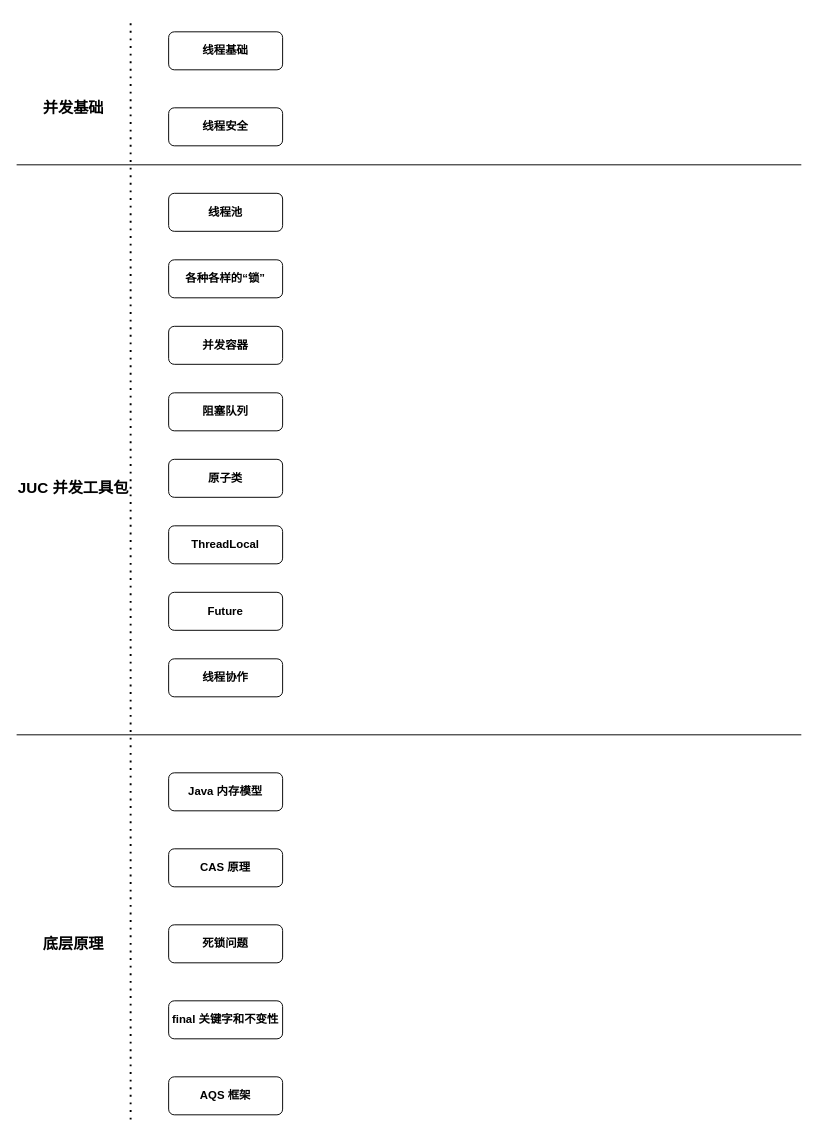
Earlier version of the draw.io diagram java-concurrent-programming/JUC.drawio (zhuyee/draw). Source tidied: cells renumbered, new cells numbered last; positions are measured from the earlier drawing's top-left corner, leaving out a move shared by most shapes. Both pictures are drawn from the tidied source at 95%, with x=0, y=0 at pixel (16, 17).
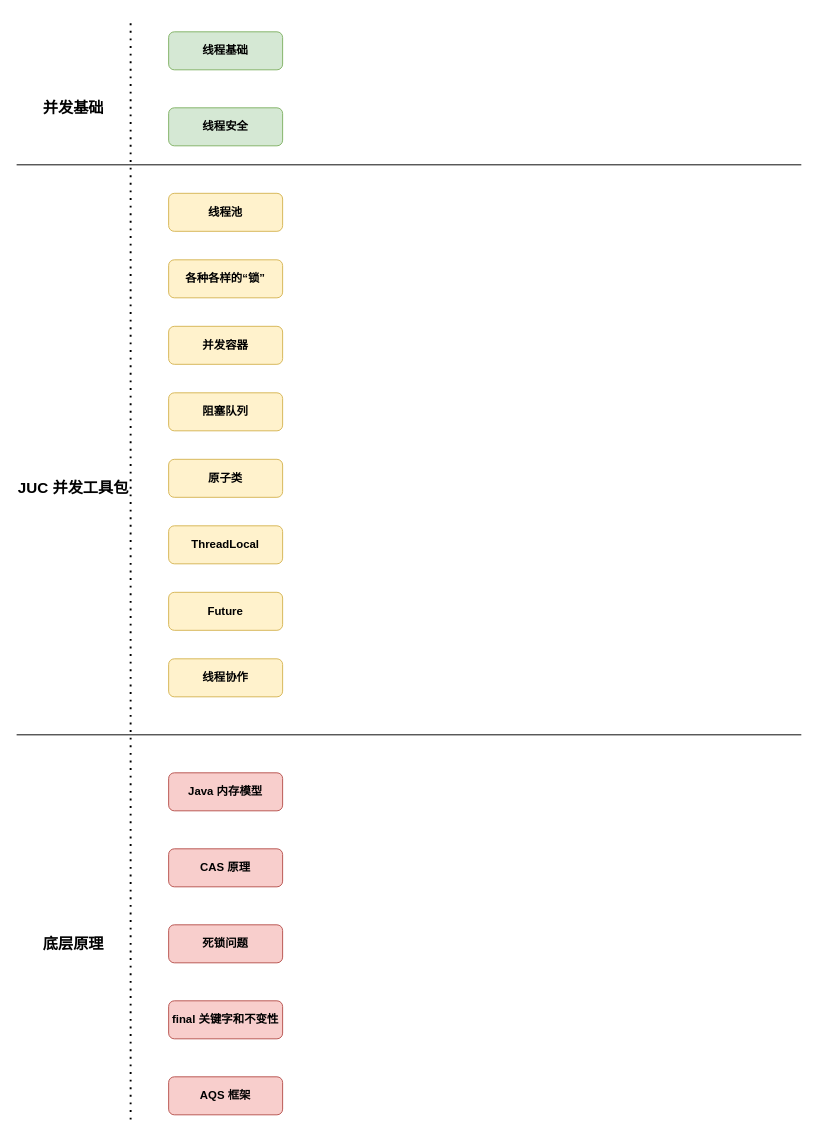
Above is the later version.

Commit message:
新增：知识框架图

Diff of the diagram source:
```diff
@@
-    <mxCell id="8" value="线程基础" style="rounded=1;whiteSpace=wrap;html=1;fontStyle=1;" parent="1" vertex="1">
+    <mxCell id="8" value="线程基础" style="rounded=1;whiteSpace=wrap;html=1;fontStyle=1;fillColor=#d5e8d4;strokeColor=#82b366;" parent="1" vertex="1">
       <mxGeometry x="160" y="15" width="120" height="40" as="geometry" />
     </mxCell>
-    <mxCell id="9" value="线程安全" style="rounded=1;whiteSpace=wrap;html=1;fontStyle=1;" parent="1" vertex="1">
+    <mxCell id="9" value="线程安全" style="rounded=1;whiteSpace=wrap;html=1;fontStyle=1;fillColor=#d5e8d4;strokeColor=#82b366;" parent="1" vertex="1">
       <mxGeometry x="160" y="95" width="120" height="40" as="geometry" />
     </mxCell>
-    <mxCell id="10" value="线程池" style="rounded=1;whiteSpace=wrap;html=1;fontStyle=1;flipV=1;flipH=1;" parent="1" vertex="1">
+    <mxCell id="10" value="线程池" style="rounded=1;whiteSpace=wrap;html=1;fontStyle=1;flipV=1;flipH=1;fillColor=#fff2cc;strokeColor=#d6b656;" parent="1" vertex="1">
       <mxGeometry x="160" y="185" width="120" height="40" as="geometry" />
     </mxCell>
-    <mxCell id="11" value="各种各样的“锁”" style="rounded=1;whiteSpace=wrap;html=1;fontStyle=1;flipV=1;flipH=1;" parent="1" vertex="1">
+    <mxCell id="11" value="各种各样的“锁”" style="rounded=1;whiteSpace=wrap;html=1;fontStyle=1;flipV=1;flipH=1;fillColor=#fff2cc;strokeColor=#d6b656;" parent="1" vertex="1">
       <mxGeometry x="160" y="255" width="120" height="40" as="geometry" />
     </mxCell>
-    <mxCell id="12" value="并发容器" style="rounded=1;whiteSpace=wrap;html=1;fontStyle=1;flipV=1;flipH=1;" parent="1" vertex="1">
+    <mxCell id="12" value="并发容器" style="rounded=1;whiteSpace=wrap;html=1;fontStyle=1;flipV=1;flipH=1;fillColor=#fff2cc;strokeColor=#d6b656;" parent="1" vertex="1">
       <mxGeometry x="160" y="325" width="120" height="40" as="geometry" />
     </mxCell>
-    <mxCell id="13" value="阻塞队列" style="rounded=1;whiteSpace=wrap;html=1;fontStyle=1;flipV=1;flipH=1;" parent="1" vertex="1">
+    <mxCell id="13" value="阻塞队列" style="rounded=1;whiteSpace=wrap;html=1;fontStyle=1;flipV=1;flipH=1;fillColor=#fff2cc;strokeColor=#d6b656;" parent="1" vertex="1">
       <mxGeometry x="160" y="395" width="120" height="40" as="geometry" />
     </mxCell>
-    <mxCell id="14" value="原子类" style="rounded=1;whiteSpace=wrap;html=1;fontStyle=1;flipV=1;flipH=1;" parent="1" vertex="1">
+    <mxCell id="14" value="原子类" style="rounded=1;whiteSpace=wrap;html=1;fontStyle=1;flipV=1;flipH=1;fillColor=#fff2cc;strokeColor=#d6b656;" parent="1" vertex="1">
       <mxGeometry x="160" y="465" width="120" height="40" as="geometry" />
     </mxCell>
-    <mxCell id="15" value="ThreadLocal" style="rounded=1;whiteSpace=wrap;html=1;fontStyle=1;flipV=1;flipH=1;" parent="1" vertex="1">
+    <mxCell id="15" value="ThreadLocal" style="rounded=1;whiteSpace=wrap;html=1;fontStyle=1;flipV=1;flipH=1;fillColor=#fff2cc;strokeColor=#d6b656;" parent="1" vertex="1">
       <mxGeometry x="160" y="535" width="120" height="40" as="geometry" />
     </mxCell>
-    <mxCell id="16" value="Future" style="rounded=1;whiteSpace=wrap;html=1;fontStyle=1;flipV=1;flipH=1;" parent="1" vertex="1">
+    <mxCell id="16" value="Future" style="rounded=1;whiteSpace=wrap;html=1;fontStyle=1;flipV=1;flipH=1;fillColor=#fff2cc;strokeColor=#d6b656;" parent="1" vertex="1">
       <mxGeometry x="160" y="605" width="120" height="40" as="geometry" />
     </mxCell>
-    <mxCell id="17" value="线程协作" style="rounded=1;whiteSpace=wrap;html=1;fontStyle=1;flipV=1;flipH=1;" parent="1" vertex="1">
+    <mxCell id="17" value="线程协作" style="rounded=1;whiteSpace=wrap;html=1;fontStyle=1;flipV=1;flipH=1;fillColor=#fff2cc;strokeColor=#d6b656;" parent="1" vertex="1">
       <mxGeometry x="160" y="675" width="120" height="40" as="geometry" />
     </mxCell>
-    <mxCell id="18" value="Java 内存模型" style="rounded=1;whiteSpace=wrap;html=1;fontStyle=1;flipV=1;flipH=1;" parent="1" vertex="1">
+    <mxCell id="18" value="Java 内存模型" style="rounded=1;whiteSpace=wrap;html=1;fontStyle=1;flipV=1;flipH=1;fillColor=#f8cecc;strokeColor=#b85450;" parent="1" vertex="1">
       <mxGeometry x="160" y="795" width="120" height="40" as="geometry" />
     </mxCell>
-    <mxCell id="19" value="CAS 原理" style="rounded=1;whiteSpace=wrap;html=1;fontStyle=1;flipV=1;flipH=1;" parent="1" vertex="1">
+    <mxCell id="19" value="CAS 原理" style="rounded=1;whiteSpace=wrap;html=1;fontStyle=1;flipV=1;flipH=1;fillColor=#f8cecc;strokeColor=#b85450;" parent="1" vertex="1">
       <mxGeometry x="160" y="875" width="120" height="40" as="geometry" />
     </mxCell>
-    <mxCell id="20" value="死锁问题" style="rounded=1;whiteSpace=wrap;html=1;fontStyle=1;flipV=1;flipH=1;" parent="1" vertex="1">
+    <mxCell id="20" value="死锁问题" style="rounded=1;whiteSpace=wrap;html=1;fontStyle=1;flipV=1;flipH=1;fillColor=#f8cecc;strokeColor=#b85450;" parent="1" vertex="1">
       <mxGeometry x="160" y="955" width="120" height="40" as="geometry" />
     </mxCell>
-    <mxCell id="21" value="final 关键字和不变性" style="rounded=1;whiteSpace=wrap;html=1;fontStyle=1;flipV=1;flipH=1;" parent="1" vertex="1">
+    <mxCell id="21" value="final 关键字和不变性" style="rounded=1;whiteSpace=wrap;html=1;fontStyle=1;flipV=1;flipH=1;fillColor=#f8cecc;strokeColor=#b85450;" parent="1" vertex="1">
       <mxGeometry x="160" y="1035" width="120" height="40" as="geometry" />
     </mxCell>
-    <mxCell id="22" value="AQS 框架" style="rounded=1;whiteSpace=wrap;html=1;fontStyle=1;flipV=1;flipH=1;" parent="1" vertex="1">
+    <mxCell id="22" value="AQS 框架" style="rounded=1;whiteSpace=wrap;html=1;fontStyle=1;flipV=1;flipH=1;fillColor=#f8cecc;strokeColor=#b85450;" parent="1" vertex="1">
       <mxGeometry x="160" y="1115" width="120" height="40" as="geometry" />
     </mxCell>
```
